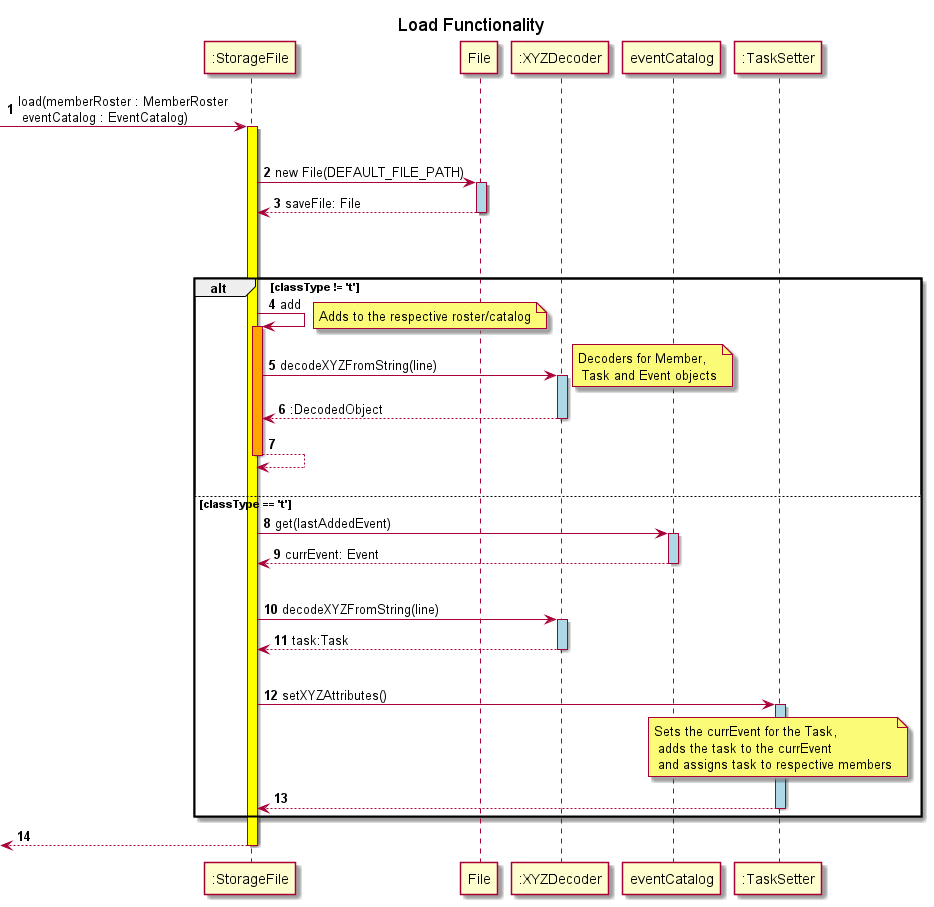
Earlier version of the PlantUML export docs/images/LoadDiagram.png (nus-cs2113-AY2122S1/tp). Source of this version:
```plantuml
@startuml
autonumber

title Load Functionality

-> ":StorageFile": load(memberRoster : MemberRoster\n eventCatalog : EventCatalog)
activate ":StorageFile" #yellow
|||
":StorageFile" -> File:new File(DEFAULT_FILE_PATH)
activate File #lightblue
return saveFile: File
|||
loop lines
    alt classType != 't'
        ":StorageFile" -> ":StorageFile": add
        note right: Adds to the respective roster/catalog
        activate ":StorageFile" #orange
        ":StorageFile"-> ":XYZDecoder": decodeXYZFromString(line)
        activate ":XYZDecoder" #lightblue
        note right: Decoders for Member,\n Task and Event objects
        return :DecodedObject
        return
    |||
    else classType == 't'
        ":StorageFile" -> eventCatalog: get(lastAddedEvent)
        activate eventCatalog #lightblue
        return currEvent: Event
        |||
        ":StorageFile"-> ":XYZDecoder": decodeXYZFromString(line)
        activate ":XYZDecoder" #lightblue
        return task:Task
        |||
        ":StorageFile" -> ":TaskSetter": setXYZAttributes()
        note over ":TaskSetter": Sets the currEvent for the Task,\n adds the task to the currEvent\n and assigns task to respective members
        activate ":TaskSetter" #lightblue
        return
    end
return
@enduml
```
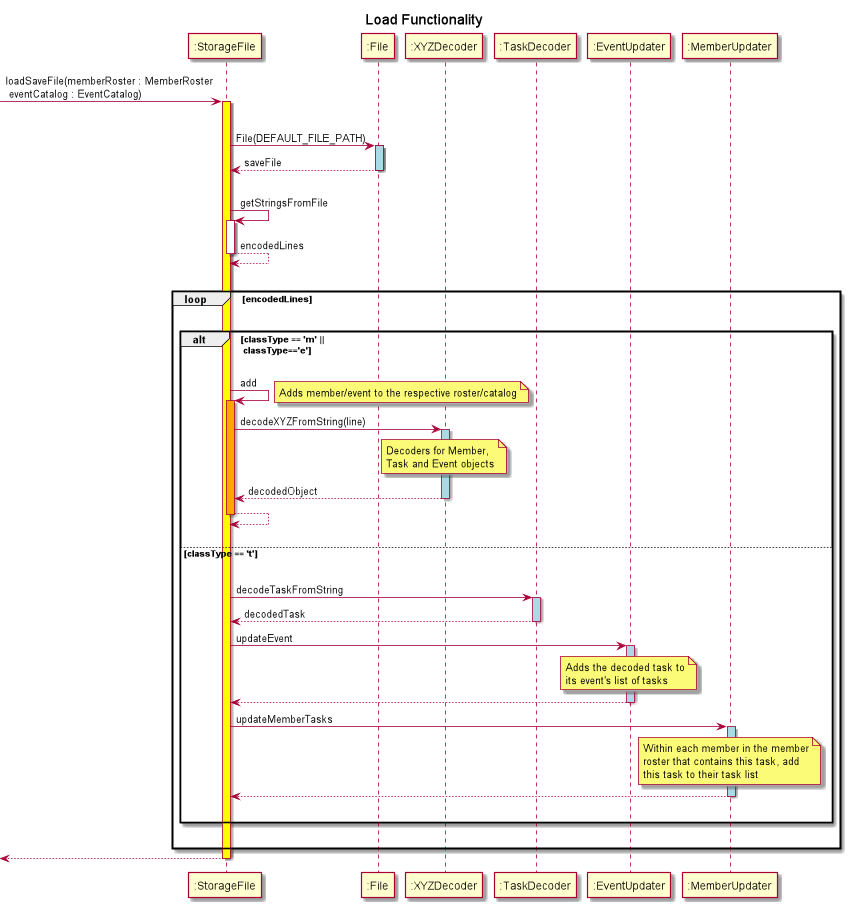
The same diagram one commit later.

Commit message:
Update .puml and image files for load and save diagrams

Diff of the diagram source:
```diff
@@ -1,39 +1,50 @@
 @startuml
-autonumber
-
 title Load Functionality
 
--> ":StorageFile": load(memberRoster : MemberRoster\n eventCatalog : EventCatalog)
+-> ":StorageFile": loadSaveFile(memberRoster : MemberRoster\n eventCatalog : EventCatalog)
 activate ":StorageFile" #yellow
 |||
-":StorageFile" -> File:new File(DEFAULT_FILE_PATH)
-activate File #lightblue
-return saveFile: File
+":StorageFile" -> ":File" : File(DEFAULT_FILE_PATH)
+activate ":File" #lightblue
+return saveFile
 |||
-loop lines
-    alt classType != 't'
+":StorageFile" -> ":StorageFile" : getStringsFromFile
+activate ":StorageFile"
+return encodedLines
+|||
+loop encodedLines
+|||
+    alt classType == 'm' ||\n classType=='e'
+    |||
         ":StorageFile" -> ":StorageFile": add
-        note right: Adds to the respective roster/catalog
+        note right: Adds member/event to the respective roster/catalog
         activate ":StorageFile" #orange
+
         ":StorageFile"-> ":XYZDecoder": decodeXYZFromString(line)
         activate ":XYZDecoder" #lightblue
-        note right: Decoders for Member,\n Task and Event objects
-        return :DecodedObject
+        note over ":XYZDecoder": Decoders for Member,\nTask and Event objects
+        return decodedObject
+
         return
     |||
     else classType == 't'
-        ":StorageFile" -> eventCatalog: get(lastAddedEvent)
-        activate eventCatalog #lightblue
-        return currEvent: Event
-        |||
-        ":StorageFile"-> ":XYZDecoder": decodeXYZFromString(line)
-        activate ":XYZDecoder" #lightblue
-        return task:Task
-        |||
-        ":StorageFile" -> ":TaskSetter": setXYZAttributes()
-        note over ":TaskSetter": Sets the currEvent for the Task,\n adds the task to the currEvent\n and assigns task to respective members
-        activate ":TaskSetter" #lightblue
+    |||
+        ":StorageFile" -> ":TaskDecoder": decodeTaskFromString
+        activate ":TaskDecoder" #lightblue
+        return decodedTask
+
+        ":StorageFile" -> ":EventUpdater": updateEvent
+        activate ":EventUpdater" #lightblue
+        note over ":EventUpdater": Adds the decoded task to\nits event's list of tasks
         return
+
+        ":StorageFile" -> ":MemberUpdater": updateMemberTasks
+        activate ":MemberUpdater" #lightblue
+        note over ":MemberUpdater": Within each member in the member\nroster that contains this task, add\nthis task to their task list
+        return
+    |||
     end
+    |||
+end
 return
 @enduml
```
